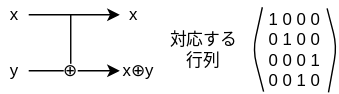
Before: images/lec-cnot2.drawio.svg, a diagram exported from draw.io (herumi/lecture-crypto). Source tidied: cells renumbered, new cells last; positions are measured from the earlier drawing's top-left corner, leaving out a move shared by most shapes.
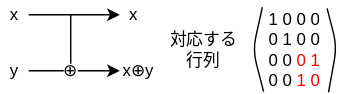
The same diagram one commit later.

Change to the diagram source:
```diff
@@ -32,7 +32,7 @@
     <mxCell id="10" value="対応する&lt;div&gt;行列&lt;/div&gt;" style="text;html=1;align=center;verticalAlign=middle;whiteSpace=wrap;rounded=0;" parent="1" vertex="1">
       <mxGeometry x="120" y="20" width="50" height="30" as="geometry" />
     </mxCell>
-    <mxCell id="11" value="1 0 0 0&lt;div&gt;0 1 0 0&lt;/div&gt;&lt;div&gt;0 0 0 1&lt;/div&gt;&lt;div&gt;0 0 1 0&lt;/div&gt;" style="text;html=1;align=center;verticalAlign=middle;whiteSpace=wrap;rounded=0;" parent="1" vertex="1">
+    <mxCell id="11" value="1 0 0 0&lt;div&gt;0 1 0 0&lt;/div&gt;&lt;div&gt;0 0 &lt;font style=&quot;color: rgb(255, 0, 0);&quot;&gt;0 1&lt;/font&gt;&lt;/div&gt;&lt;div&gt;0 0 &lt;font style=&quot;color: rgb(255, 0, 0);&quot;&gt;1 0&lt;/font&gt;&lt;/div&gt;" style="text;html=1;align=center;verticalAlign=middle;whiteSpace=wrap;rounded=0;" parent="1" vertex="1">
       <mxGeometry x="180" y="12.4" width="60" height="45" as="geometry" />
     </mxCell>
     <mxCell id="12" style="endArrow=none;html=1;entryX=0.113;entryY=-0.173;entryDx=0;entryDy=0;entryPerimeter=0;exitX=0.128;exitY=1.165;exitDx=0;exitDy=0;exitPerimeter=0;" parent="1" edge="1" source="11" target="11">
```
